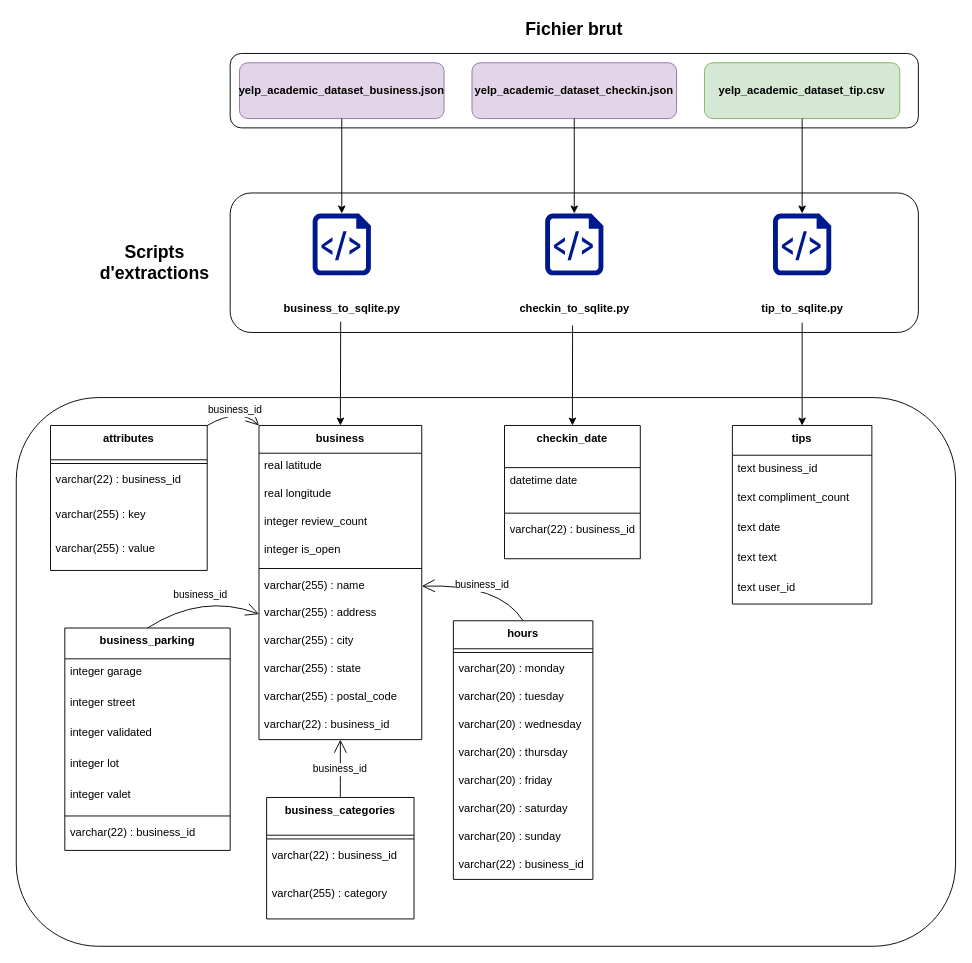
Earlier version of the draw.io diagram diagramme/ETL.drawio (Maxime-Cllt/Argon). Source tidied: cells renumbered, new cells numbered last; positions are measured from the earlier drawing's top-left corner, leaving out a move shared by most shapes. Both pictures are drawn from the tidied source at 93%, with x=0, y=0 at pixel (16, 16).
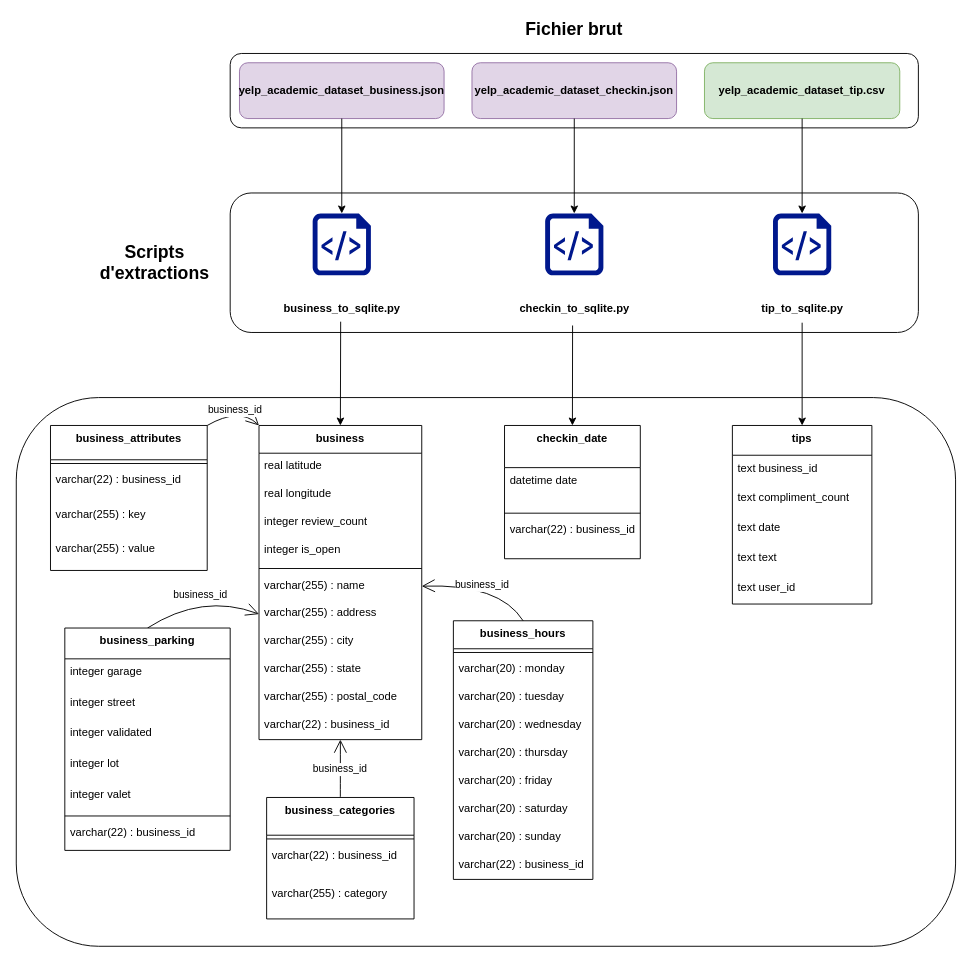
The same diagram, later.

Change to the diagram source:
```diff
@@
-    <mxCell id="24" value="attributes" style="swimlane;fontStyle=1;align=center;verticalAlign=top;horizontal=1;startSize=36.888888888888886;" parent="1" vertex="1">
+    <mxCell id="24" value="business_attributes" style="swimlane;fontStyle=1;align=center;verticalAlign=top;horizontal=1;startSize=36.888888888888886;" parent="1" vertex="1">
       <mxGeometry x="36.8" y="440" width="168.5" height="155.9" as="geometry" />
     </mxCell>
@@
-    <mxCell id="41" value="hours" style="swimlane;fontStyle=1;align=center;verticalAlign=top;horizontal=1;startSize=30.105263157894736;" parent="1" vertex="1">
+    <mxCell id="41" value="business_hours" style="swimlane;fontStyle=1;align=center;verticalAlign=top;horizontal=1;startSize=30.105263157894736;" parent="1" vertex="1">
       <mxGeometry x="470" y="650" width="150" height="278.1" as="geometry" />
     </mxCell>
```
